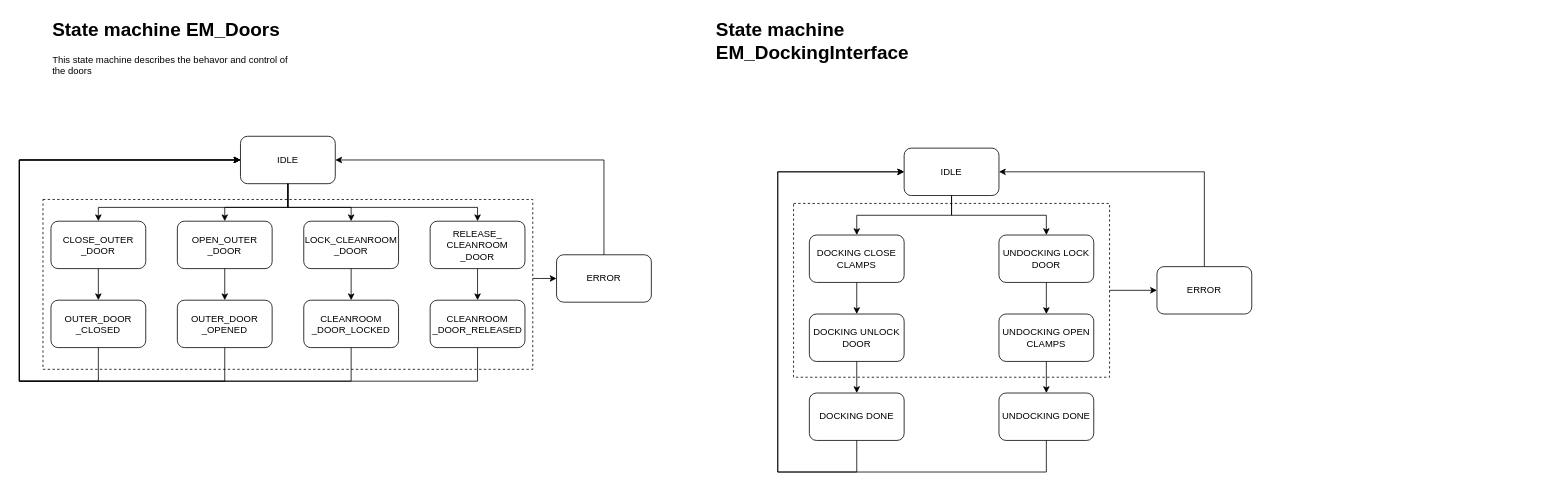
KMWE/KMWE_CleanroomConnect keeps this draw.io diagram as page "EM Door state machine" (2 of 3) of Documentation/StateMachine and Sequence Diagrams.drawio. Above is the earlier version. Source tidied: cells renumbered, new cells numbered last; positions are measured from the earlier drawing's top-left corner, leaving out a move shared by most shapes. Both pictures are drawn from the tidied source at 79%, with x=0, y=0 at pixel (19, 13).
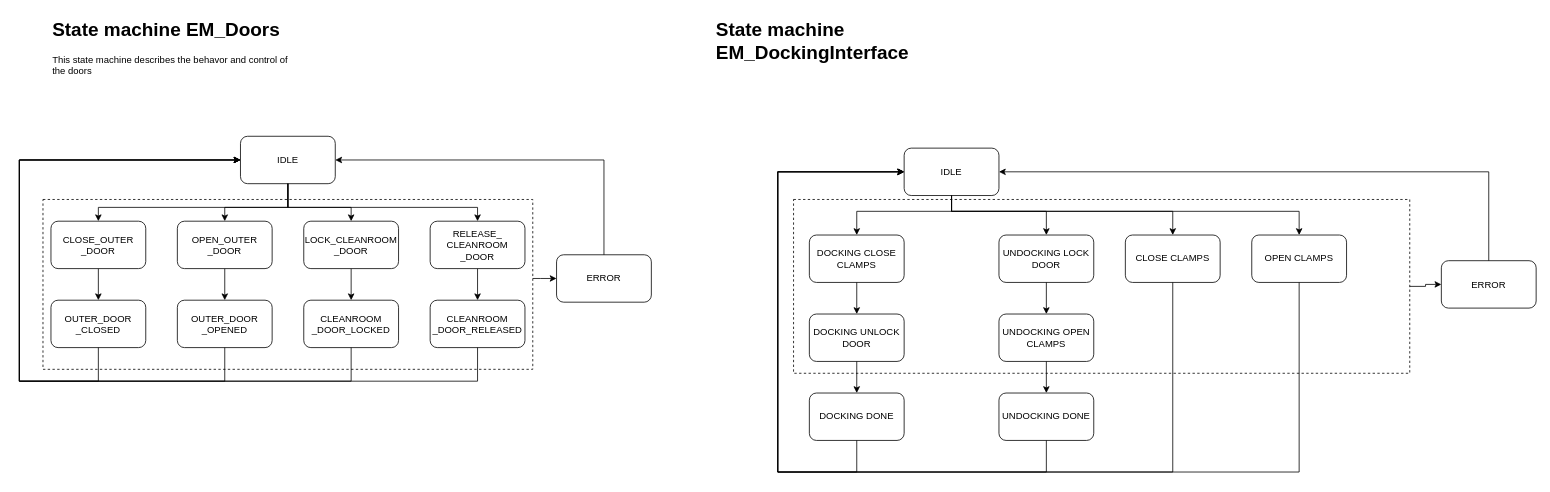
The same diagram, later.

Unchanged cells that the change refers to:
```xml
<mxCell id="4" value="IDLE" style="rounded=1;whiteSpace=wrap;html=1;" parent="1" vertex="1">
  <mxGeometry x="1120" y="170" width="120" height="60" as="geometry" />
</mxCell>
<mxCell id="6" value="DOCKING CLOSE CLAMPS" style="rounded=1;whiteSpace=wrap;html=1;" parent="1" vertex="1">
  <mxGeometry x="1000" y="280" width="120" height="60" as="geometry" />
</mxCell>
<mxCell id="8" value="UNDOCKING LOCK DOOR" style="rounded=1;whiteSpace=wrap;html=1;" parent="1" vertex="1">
  <mxGeometry x="1240" y="280" width="120" height="60" as="geometry" />
</mxCell>
```

Diff of the diagram source:
```diff
@@
+    <mxCell id="21" style="rounded=0;whiteSpace=wrap;html=1;fillColor=none;dashed=1;" parent="1" vertex="1">
+      <mxGeometry x="980" y="235" width="780" height="220" as="geometry" />
+    </mxCell>
@@
     <mxCell id="16" style="endArrow=classic;html=1;rounded=0;edgeStyle=orthogonalEdgeStyle;" parent="1" edge="1" source="4" target="6">
-      <mxGeometry relative="1" as="geometry" />
+      <mxGeometry relative="1" as="geometry">
+        <Array as="points">
+          <mxPoint x="1180" y="250" />
+          <mxPoint x="1060" y="250" />
+        </Array>
+      </mxGeometry>
     </mxCell>
     <mxCell id="17" style="endArrow=classic;html=1;rounded=0;edgeStyle=orthogonalEdgeStyle;" parent="1" edge="1" source="4" target="8">
-      <mxGeometry relative="1" as="geometry" />
+      <mxGeometry relative="1" as="geometry">
+        <Array as="points">
+          <mxPoint x="1180" y="250" />
+          <mxPoint x="1300" y="250" />
+        </Array>
+      </mxGeometry>
     </mxCell>
@@
     <mxCell id="20" value="ERROR" style="rounded=1;whiteSpace=wrap;html=1;" parent="1" vertex="1">
-      <mxGeometry x="1440" y="320" width="120" height="60" as="geometry" />
+      <mxGeometry x="1800" y="312.5" width="120" height="60" as="geometry" />
     </mxCell>
-    <mxCell id="21" style="rounded=0;whiteSpace=wrap;html=1;fillColor=none;dashed=1;" parent="1" vertex="1">
-      <mxGeometry x="980" y="240" width="400" height="220" as="geometry" />
-    </mxCell>
@@
     <mxCell id="23" style="endArrow=classic;html=1;rounded=0;edgeStyle=orthogonalEdgeStyle;" parent="1" edge="1" source="20" target="4">
       <mxGeometry relative="1" as="geometry">
         <Array as="points">
-          <mxPoint x="1500" y="200" />
+          <mxPoint x="1860" y="200" />
         </Array>
       </mxGeometry>
     </mxCell>
@@
+    <mxCell id="48" value="CLOSE CLAMPS" style="rounded=1;whiteSpace=wrap;html=1;" parent="1" vertex="1">
+      <mxGeometry x="1400" y="280" width="120" height="60" as="geometry" />
+    </mxCell>
+    <mxCell id="49" value="OPEN CLAMPS" style="rounded=1;whiteSpace=wrap;html=1;" parent="1" vertex="1">
+      <mxGeometry x="1560" y="280" width="120" height="60" as="geometry" />
+    </mxCell>
+    <mxCell id="50" style="endArrow=classic;html=1;rounded=0;edgeStyle=orthogonalEdgeStyle;" parent="1" edge="1" source="4">
+      <mxGeometry relative="1" as="geometry">
+        <mxPoint x="1460" y="280" as="targetPoint" />
+        <Array as="points">
+          <mxPoint x="1180" y="250" />
+          <mxPoint x="1460" y="250" />
+        </Array>
+      </mxGeometry>
+    </mxCell>
+    <mxCell id="51" style="endArrow=classic;html=1;rounded=0;edgeStyle=orthogonalEdgeStyle;exitX=0.5;exitY=1;exitDx=0;exitDy=0;" parent="1" edge="1" target="49">
+      <mxGeometry relative="1" as="geometry">
+        <mxPoint x="1180" y="235" as="sourcePoint" />
+        <Array as="points">
+          <mxPoint x="1180" y="250" />
+          <mxPoint x="1620" y="250" />
+        </Array>
+      </mxGeometry>
+    </mxCell>
+    <mxCell id="52" style="endArrow=classic;html=1;rounded=0;edgeStyle=orthogonalEdgeStyle;entryX=0;entryY=0.5;entryDx=0;entryDy=0;exitX=0.5;exitY=1;exitDx=0;exitDy=0;" parent="1" edge="1" source="48" target="4">
+      <mxGeometry relative="1" as="geometry">
+        <Array as="points">
+          <mxPoint x="1460" y="580" />
+          <mxPoint x="960" y="580" />
+          <mxPoint x="960" y="200" />
+        </Array>
+      </mxGeometry>
+    </mxCell>
+    <mxCell id="53" style="endArrow=classic;html=1;rounded=0;edgeStyle=orthogonalEdgeStyle;entryX=0;entryY=0.5;entryDx=0;entryDy=0;" parent="1" edge="1" source="49" target="4">
+      <mxGeometry relative="1" as="geometry">
+        <Array as="points">
+          <mxPoint x="1620" y="580" />
+          <mxPoint x="960" y="580" />
+          <mxPoint x="960" y="200" />
+        </Array>
+      </mxGeometry>
+    </mxCell>
```
